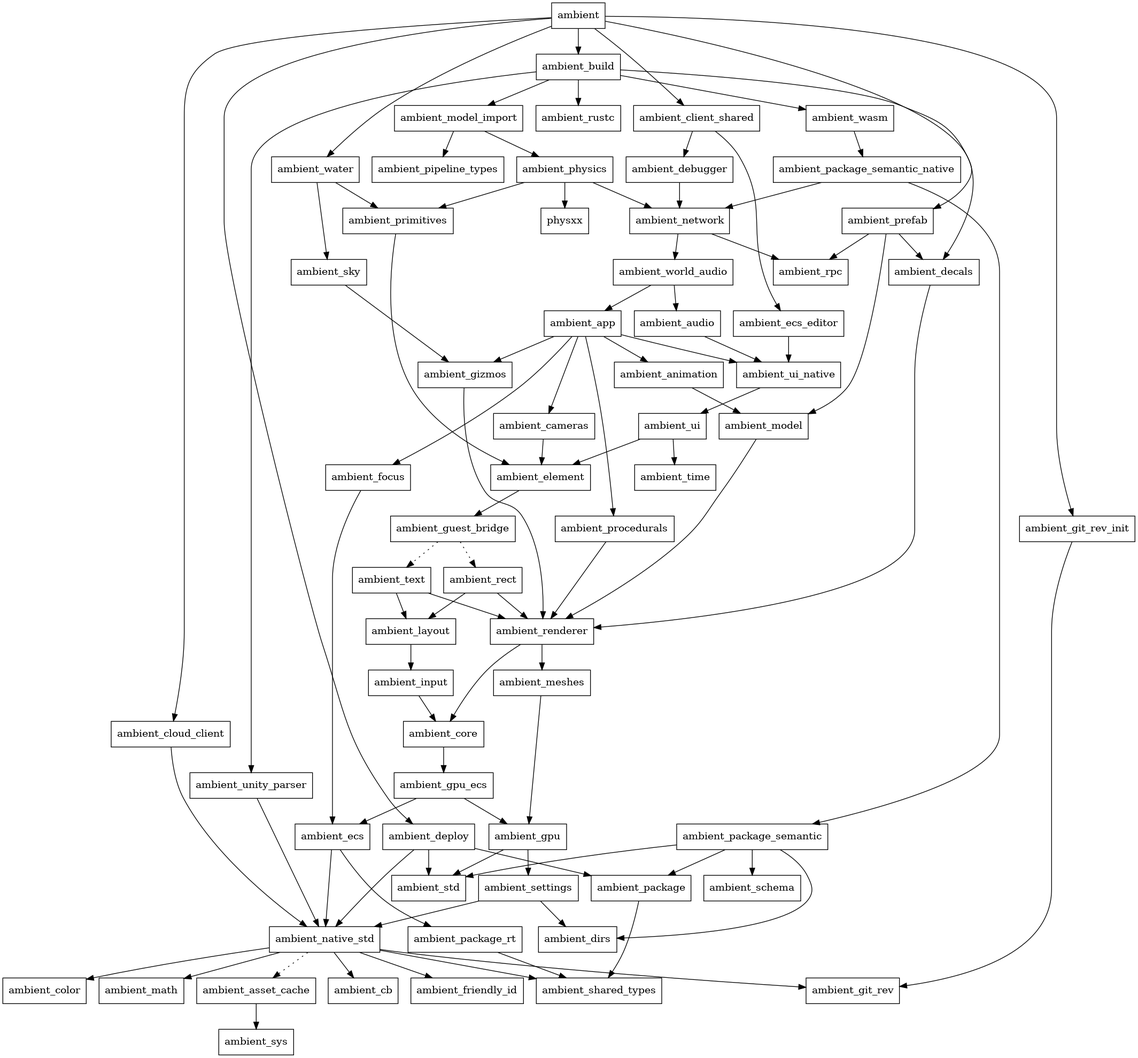
Earlier version of the Graphviz export docs/src/runtime_internals/dependency_graph.png (AmbientRun/Ambient). Its source is kept beside it as docs/src/runtime_internals/dependency_graph.dot.
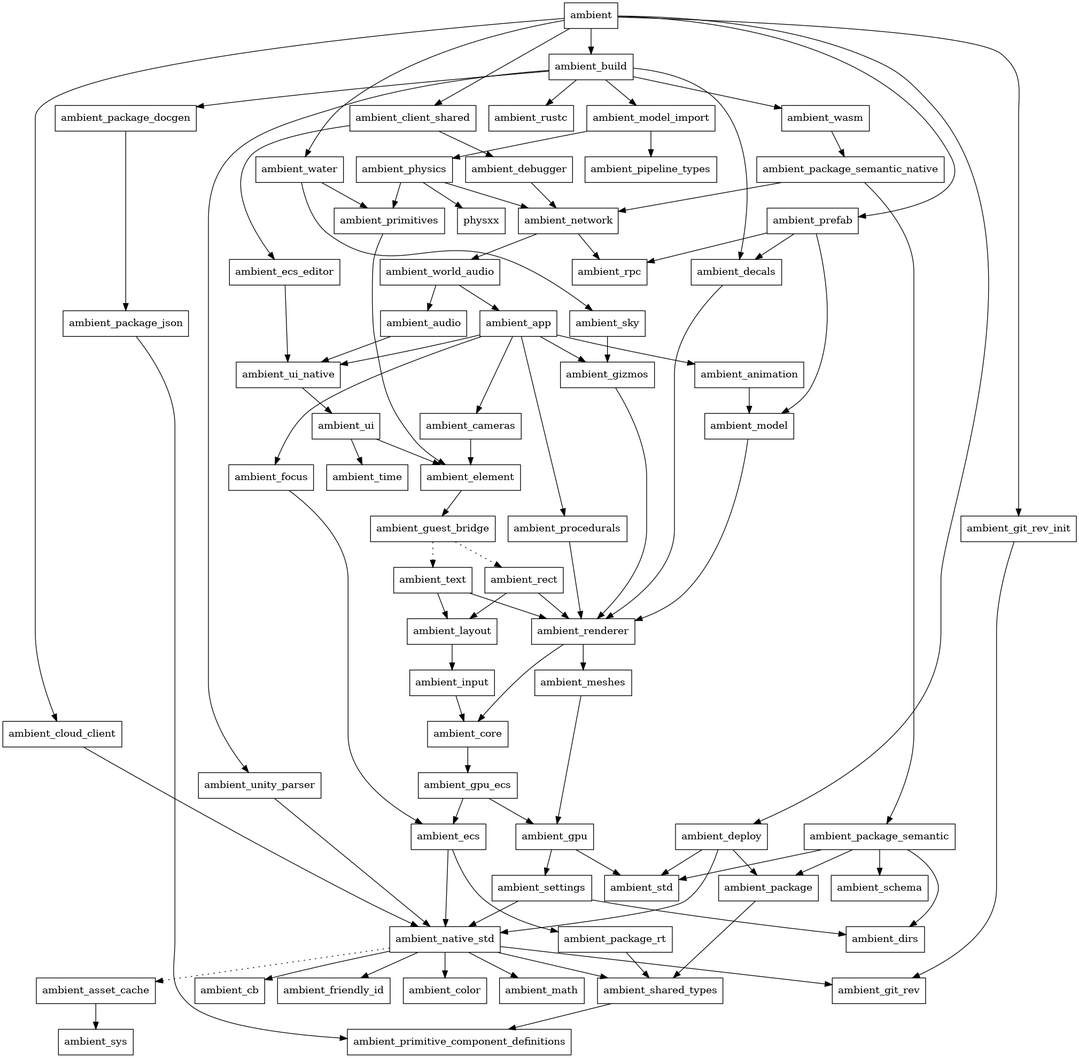
Later version of the same file.

Commit message:
Update dependency graph for d6f0f808c863f72cbee7510cb9315344b90bd166 (#1194)

Change to the diagram source:
```diff
@@ -41,27 +41,30 @@
     39 [ label = "ambient_procedurals" shape = box]
     40 [ label = "ambient_renderer" shape = box]
     41 [ label = "ambient_asset_cache" shape = box]
-    42 [ label = "ambient_pipeline_types" shape = box]
-    43 [ label = "ambient_rustc" shape = box]
-    44 [ label = "ambient_unity_parser" shape = box]
-    45 [ label = "ambient_wasm" shape = box]
-    46 [ label = "ambient_ecs_editor" shape = box]
-    47 [ label = "ambient_layout" shape = box]
-    48 [ label = "ambient_meshes" shape = box]
-    49 [ label = "ambient_package_rt" shape = box]
-    50 [ label = "ambient_cb" shape = box]
-    51 [ label = "ambient_friendly_id" shape = box]
-    52 [ label = "ambient_guest_bridge" shape = box]
-    53 [ label = "ambient_git_rev" shape = box]
-    54 [ label = "physxx" shape = box]
-    55 [ label = "ambient_color" shape = box]
-    56 [ label = "ambient_math" shape = box]
-    57 [ label = "ambient_dirs" shape = box]
-    58 [ label = "ambient_schema" shape = box]
-    59 [ label = "ambient_rect" shape = box]
-    60 [ label = "ambient_text" shape = box]
-    61 [ label = "ambient_ui" shape = box]
-    62 [ label = "ambient_time" shape = box]
+    42 [ label = "ambient_package_docgen" shape = box]
+    43 [ label = "ambient_package_json" shape = box]
+    44 [ label = "ambient_pipeline_types" shape = box]
+    45 [ label = "ambient_rustc" shape = box]
+    46 [ label = "ambient_unity_parser" shape = box]
+    47 [ label = "ambient_wasm" shape = box]
+    48 [ label = "ambient_ecs_editor" shape = box]
+    49 [ label = "ambient_layout" shape = box]
+    50 [ label = "ambient_meshes" shape = box]
+    51 [ label = "ambient_package_rt" shape = box]
+    52 [ label = "ambient_cb" shape = box]
+    53 [ label = "ambient_friendly_id" shape = box]
+    54 [ label = "ambient_guest_bridge" shape = box]
+    55 [ label = "ambient_git_rev" shape = box]
+    56 [ label = "physxx" shape = box]
+    57 [ label = "ambient_color" shape = box]
+    58 [ label = "ambient_math" shape = box]
+    59 [ label = "ambient_dirs" shape = box]
+    60 [ label = "ambient_schema" shape = box]
+    61 [ label = "ambient_primitive_component_definitions" shape = box]
+    62 [ label = "ambient_rect" shape = box]
+    63 [ label = "ambient_text" shape = box]
+    64 [ label = "ambient_ui" shape = box]
+    65 [ label = "ambient_time" shape = box]
     0 -> 4 [ ]
     0 -> 6 [ ]
     0 -> 7 [ ]
@@ -79,12 +82,13 @@
     3 -> 31 [ ]
     4 -> 10 [ ]
     4 -> 16 [ ]
-    4 -> 43 [ ]
-    4 -> 44 [ ]
+    4 -> 42 [ ]
     4 -> 45 [ ]
+    4 -> 46 [ ]
+    4 -> 47 [ ]
     5 -> 13 [ ]
     6 -> 9 [ ]
-    6 -> 46 [ ]
+    6 -> 48 [ ]
     7 -> 17 [ ]
     8 -> 37 [ ]
     9 -> 18 [ ]
@@ -93,39 +97,40 @@
     11 -> 19 [ ]
     11 -> 29 [ ]
     12 -> 17 [ ]
-    12 -> 49 [ ]
-    13 -> 52 [ ]
-    14 -> 53 [ ]
+    12 -> 51 [ ]
+    13 -> 54 [ ]
+    14 -> 55 [ ]
     15 -> 40 [ ]
     16 -> 22 [ ]
-    16 -> 42 [ ]
+    16 -> 44 [ ]
     17 -> 41 [ style = dotted]
-    17 -> 50 [ ]
+    17 -> 52 [ ]
+    17 -> 57 [ ]
+    17 -> 53 [ ]
     17 -> 55 [ ]
-    17 -> 51 [ ]
-    17 -> 53 [ ]
-    17 -> 56 [ ]
+    17 -> 58 [ ]
     17 -> 27 [ ]
     18 -> 25 [ ]
     18 -> 33 [ ]
     19 -> 27 [ ]
-    20 -> 57 [ ]
+    20 -> 59 [ ]
     20 -> 19 [ ]
-    20 -> 58 [ ]
+    20 -> 60 [ ]
     20 -> 29 [ ]
     21 -> 18 [ ]
     21 -> 20 [ ]
     22 -> 18 [ ]
     22 -> 24 [ ]
-    22 -> 54 [ ]
+    22 -> 56 [ ]
     23 -> 10 [ ]
     23 -> 34 [ ]
     23 -> 25 [ ]
     24 -> 13 [ ]
-    26 -> 57 [ ]
+    26 -> 59 [ ]
     26 -> 17 [ ]
+    27 -> 61 [ ]
     28 -> 15 [ ]
-    31 -> 61 [ ]
+    31 -> 64 [ ]
     32 -> 24 [ ]
     32 -> 28 [ ]
     33 -> 2 [ ]
@@ -139,20 +144,22 @@
     38 -> 8 [ ]
     39 -> 40 [ ]
     40 -> 8 [ ]
-    40 -> 48 [ ]
+    40 -> 50 [ ]
     41 -> 30 [ ]
-    44 -> 17 [ ]
-    45 -> 21 [ ]
-    46 -> 31 [ ]
-    47 -> 38 [ ]
-    48 -> 36 [ ]
-    49 -> 27 [ ]
-    52 -> 59 [ style = dotted]
-    52 -> 60 [ style = dotted]
-    59 -> 47 [ ]
-    59 -> 40 [ ]
-    60 -> 47 [ ]
-    60 -> 40 [ ]
-    61 -> 13 [ ]
-    61 -> 62 [ ]
+    42 -> 43 [ ]
+    43 -> 61 [ ]
+    46 -> 17 [ ]
+    47 -> 21 [ ]
+    48 -> 31 [ ]
+    49 -> 38 [ ]
+    50 -> 36 [ ]
+    51 -> 27 [ ]
+    54 -> 62 [ style = dotted]
+    54 -> 63 [ style = dotted]
+    62 -> 49 [ ]
+    62 -> 40 [ ]
+    63 -> 49 [ ]
+    63 -> 40 [ ]
+    64 -> 13 [ ]
+    64 -> 65 [ ]
 }
```
